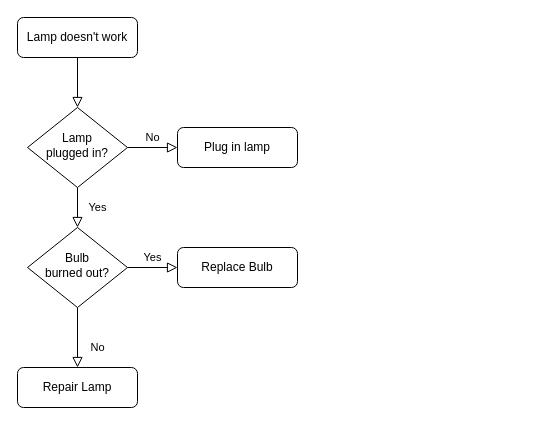
Earlier version of the draw.io diagram Untitled Diagram.drawio (codingalfatima/hello-world). Source tidied: cells renumbered, new cells numbered last; positions are measured from the earlier drawing's top-left corner, leaving out a move shared by most shapes. Both pictures are drawn from the tidied source at 100%, with x=0, y=0 at pixel (17, 17).
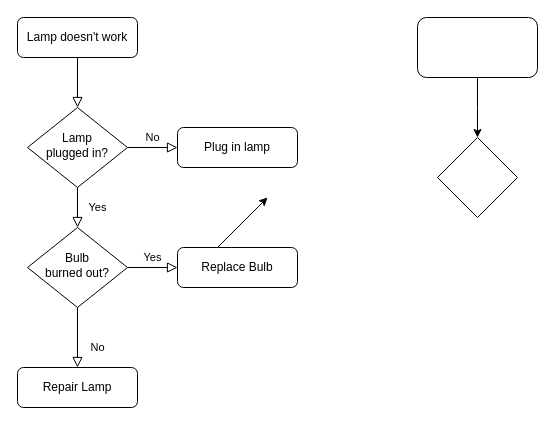
Above is the later version.

What changed in the source:
```diff
@@
 <mxGraphModel>
   <root>
     <mxCell id="0" />
     <mxCell id="1" parent="0" />
     <mxCell id="2" style="rounded=0;html=1;jettySize=auto;fontSize=11;endArrow=block;endFill=0;endSize=8;strokeWidth=1;shadow=0;labelBackgroundColor=none;edgeStyle=orthogonalEdgeStyle;" parent="1" edge="1" source="3" target="6">
       <mxGeometry relative="1" as="geometry" />
     </mxCell>
     <mxCell id="3" value="Lamp doesn't work" style="rounded=1;whiteSpace=wrap;html=1;fontSize=12;glass=0;strokeWidth=1;shadow=0;" parent="1" vertex="1">
       <mxGeometry width="120" height="40" as="geometry" />
     </mxCell>
     <mxCell id="4" value="Yes" style="rounded=0;html=1;jettySize=auto;fontSize=11;endArrow=block;endFill=0;endSize=8;strokeWidth=1;shadow=0;labelBackgroundColor=none;edgeStyle=orthogonalEdgeStyle;" parent="1" edge="1" source="6" target="10">
       <mxGeometry y="20" relative="1" as="geometry" />
     </mxCell>
     <mxCell id="5" value="No" style="edgeStyle=orthogonalEdgeStyle;rounded=0;html=1;jettySize=auto;fontSize=11;endArrow=block;endFill=0;endSize=8;strokeWidth=1;shadow=0;labelBackgroundColor=none;" parent="1" edge="1" source="6" target="7">
       <mxGeometry y="10" relative="1" as="geometry" />
     </mxCell>
     <mxCell id="6" value="Lamp&lt;br&gt;plugged in?" style="rhombus;whiteSpace=wrap;html=1;shadow=0;fontFamily=Helvetica;fontSize=12;align=center;strokeWidth=1;spacing=6;spacingTop=-4;" parent="1" vertex="1">
       <mxGeometry x="10" y="90" width="100" height="80" as="geometry" />
     </mxCell>
     <mxCell id="7" value="Plug in lamp" style="rounded=1;whiteSpace=wrap;html=1;fontSize=12;glass=0;strokeWidth=1;shadow=0;" parent="1" vertex="1">
       <mxGeometry x="160" y="110" width="120" height="40" as="geometry" />
     </mxCell>
     <mxCell id="8" value="No" style="rounded=0;html=1;jettySize=auto;fontSize=11;endArrow=block;endFill=0;endSize=8;strokeWidth=1;shadow=0;labelBackgroundColor=none;edgeStyle=orthogonalEdgeStyle;" parent="1" edge="1" source="10" target="11">
       <mxGeometry x="0.33" y="20" relative="1" as="geometry" />
     </mxCell>
     <mxCell id="9" value="Yes" style="edgeStyle=orthogonalEdgeStyle;rounded=0;html=1;jettySize=auto;fontSize=11;endArrow=block;endFill=0;endSize=8;strokeWidth=1;shadow=0;labelBackgroundColor=none;" parent="1" edge="1" source="10" target="12">
       <mxGeometry y="10" relative="1" as="geometry" />
     </mxCell>
     <mxCell id="10" value="Bulb&lt;br&gt;burned out?" style="rhombus;whiteSpace=wrap;html=1;shadow=0;fontFamily=Helvetica;fontSize=12;align=center;strokeWidth=1;spacing=6;spacingTop=-4;" parent="1" vertex="1">
       <mxGeometry x="10" y="210" width="100" height="80" as="geometry" />
     </mxCell>
     <mxCell id="11" value="Repair Lamp" style="rounded=1;whiteSpace=wrap;html=1;fontSize=12;glass=0;strokeWidth=1;shadow=0;" parent="1" vertex="1">
       <mxGeometry y="350" width="120" height="40" as="geometry" />
     </mxCell>
     <mxCell id="12" value="Replace Bulb" style="rounded=1;whiteSpace=wrap;html=1;fontSize=12;glass=0;strokeWidth=1;shadow=0;" parent="1" vertex="1">
       <mxGeometry x="160" y="230" width="120" height="40" as="geometry" />
     </mxCell>
+    <mxCell id="13" style="edgeStyle=orthogonalEdgeStyle;rounded=0;jettySize=auto;html=1;exitX=0.5;exitY=1;exitDx=0;exitDy=0;" parent="1" edge="1" source="14">
+      <mxGeometry relative="1" as="geometry">
+        <mxPoint x="460" y="120" as="targetPoint" />
+      </mxGeometry>
+    </mxCell>
+    <mxCell id="14" style="rounded=1;whiteSpace=wrap;html=1;" parent="1" vertex="1">
+      <mxGeometry x="400" width="120" height="60" as="geometry" />
+    </mxCell>
+    <mxCell id="15" style="endArrow=classic;html=1;rounded=0;" parent="1" edge="1">
+      <mxGeometry relative="1" as="geometry">
+        <mxPoint x="200" y="230" as="sourcePoint" />
+        <mxPoint x="250" y="180" as="targetPoint" />
+      </mxGeometry>
+    </mxCell>
+    <mxCell id="16" style="rhombus;whiteSpace=wrap;html=1;" parent="1" vertex="1">
+      <mxGeometry x="420" y="120" width="80" height="80" as="geometry" />
+    </mxCell>
   </root>
 </mxGraphModel>
```
